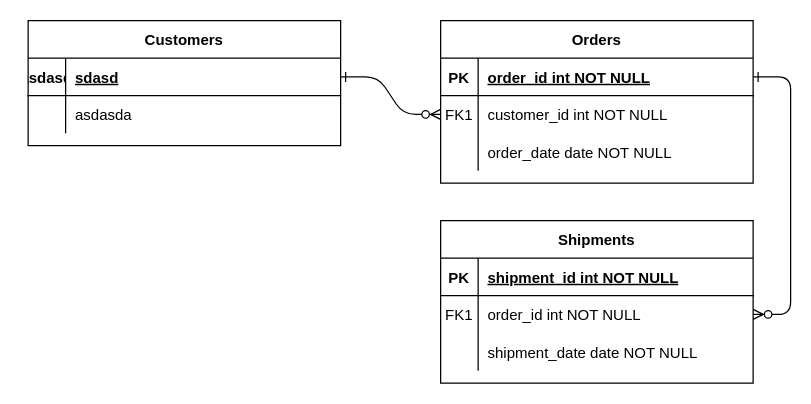
Earlier version of the draw.io diagram Parcial.drawio (BraVida-vip/House_git). Source tidied: cells renumbered, new cells numbered last; positions are measured from the earlier drawing's top-left corner, leaving out a move shared by most shapes. Both pictures are drawn from the tidied source at 125%, with x=0, y=0 at pixel (28, 20).
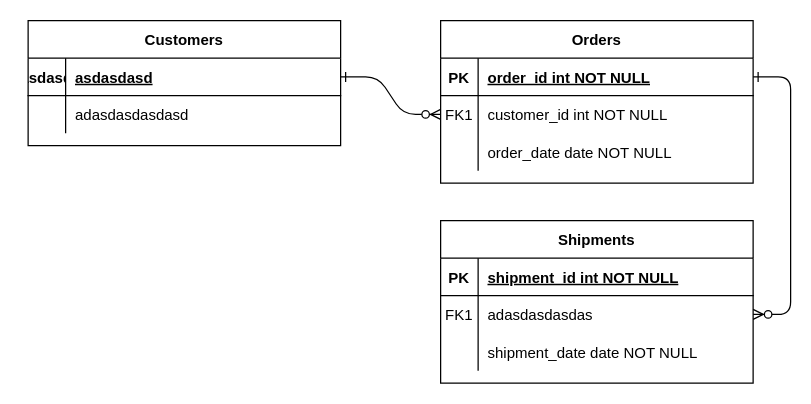
The same page after the edit.

Unchanged cells that the change refers to:
```xml
<mxCell id="18" style="shape=partialRectangle;fillColor=none;points=[[0,0.5],[1,0.5]];portConstraint=eastwest;top=0;left=0;right=0;bottom=0;" parent="14" vertex="1">
  <mxGeometry y="60" width="250" height="30" as="geometry" />
</mxCell>
<mxCell id="25" style="shape=partialRectangle;fillColor=none;points=[[0,0.5],[1,0.5]];portConstraint=eastwest;top=0;left=0;right=0;bottom=1;" parent="24" vertex="1">
  <mxGeometry y="30" width="250" height="30" as="geometry" />
</mxCell>
<mxCell id="28" style="shape=partialRectangle;fillColor=none;top=0;left=0;right=0;bottom=0;" parent="24" vertex="1">
  <mxGeometry y="60" width="250" height="30" as="geometry" />
</mxCell>
```

The edit, as a diff of the source:
```diff
@@
-    <mxCell id="20" value="order_id int NOT NULL" style="shape=partialRectangle;overflow=hidden;fillColor=none;top=0;left=0;bottom=0;right=0;align=left;spacingLeft=6;" parent="18" vertex="1">
+    <mxCell id="20" value="adasdasdasdas" style="shape=partialRectangle;overflow=hidden;fillColor=none;top=0;left=0;bottom=0;right=0;align=left;spacingLeft=6;" parent="18" vertex="1">
       <mxGeometry x="30" width="220" height="30" as="geometry" />
     </mxCell>
@@
-    <mxCell id="27" value="sdasd" style="shape=partialRectangle;overflow=hidden;fillColor=none;top=0;left=0;bottom=0;right=0;align=left;spacingLeft=6;fontStyle=5;" parent="25" vertex="1">
+    <mxCell id="27" value="asdasdasd" style="shape=partialRectangle;overflow=hidden;fillColor=none;top=0;left=0;bottom=0;right=0;align=left;spacingLeft=6;fontStyle=5;" parent="25" vertex="1">
       <mxGeometry x="30" width="220" height="30" as="geometry" />
     </mxCell>
@@
-    <mxCell id="30" value="asdasda" style="shape=partialRectangle;overflow=hidden;fillColor=none;top=0;left=0;bottom=0;right=0;align=left;spacingLeft=6;" parent="28" vertex="1">
+    <mxCell id="30" value="adasdasdasdasd" style="shape=partialRectangle;overflow=hidden;fillColor=none;top=0;left=0;bottom=0;right=0;align=left;spacingLeft=6;" parent="28" vertex="1">
       <mxGeometry x="30" width="220" height="30" as="geometry" />
     </mxCell>
```
